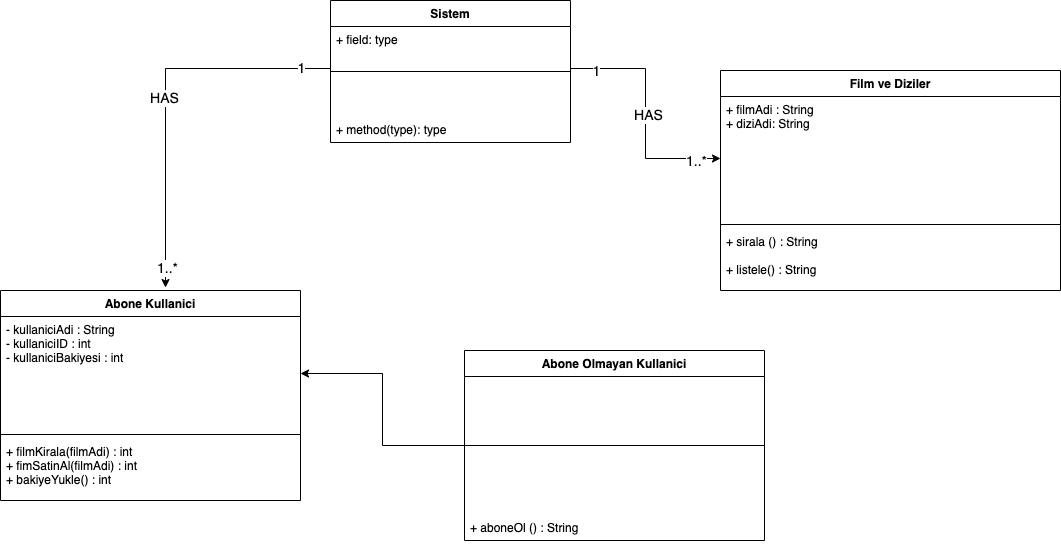
Before: Java101Odevlerim/OnlineFilmSistemi.drawio.png, a diagram exported from draw.io (kogunlu/java101). Source tidied: cells renumbered, new cells last; positions are measured from the earlier drawing's top-left corner, leaving out a move shared by most shapes. The source it was exported from:
```xml
<mxGraphModel>
  <root>
    <mxCell id="0" />
    <mxCell id="1" parent="0" />
    <mxCell id="2" value="Sistem" style="swimlane;fontStyle=1;align=center;verticalAlign=top;horizontal=1;startSize=26;" parent="1" vertex="1">
      <mxGeometry x="330" width="240" height="142" as="geometry" />
    </mxCell>
    <mxCell id="3" style="line;strokeWidth=1;fillColor=none;align=left;verticalAlign=middle;spacingTop=-1;spacingLeft=3;spacingRight=3;labelPosition=right;" parent="2" vertex="1">
      <mxGeometry y="26" width="240" height="90" as="geometry" />
    </mxCell>
    <mxCell id="4" value="+ method(type): type" style="text;strokeColor=none;fillColor=none;align=left;verticalAlign=top;spacingLeft=4;spacingRight=4;overflow=hidden;" parent="2" vertex="1">
      <mxGeometry y="116" width="240" height="26" as="geometry" />
    </mxCell>
    <mxCell id="5" value="Abone Kullanici" style="swimlane;fontStyle=1;align=center;verticalAlign=top;horizontal=1;startSize=26;" parent="1" vertex="1">
      <mxGeometry y="290" width="300" height="210" as="geometry" />
    </mxCell>
    <mxCell id="6" value="- kullaniciAdi : String&#10;- kullaniciID : int&#10;- kullaniciBakiyesi : int&#10;" style="text;strokeColor=none;fillColor=none;align=left;verticalAlign=top;spacingLeft=4;spacingRight=4;overflow=hidden;points=[[0,0.5],[1,0.5]];portConstraint=eastwest;" parent="5" vertex="1">
      <mxGeometry y="26" width="300" height="114" as="geometry" />
    </mxCell>
    <mxCell id="7" style="line;strokeWidth=1;fillColor=none;align=left;verticalAlign=middle;spacingTop=-1;spacingLeft=3;spacingRight=3;labelPosition=right;" parent="5" vertex="1">
      <mxGeometry y="140" width="300" height="8" as="geometry" />
    </mxCell>
    <mxCell id="8" value="+ filmKirala(filmAdi) : int&#10;+ fimSatinAl(filmAdi) : int&#10;+ bakiyeYukle() : int&#10;" style="text;strokeColor=none;fillColor=none;align=left;verticalAlign=top;spacingLeft=4;spacingRight=4;overflow=hidden;" parent="5" vertex="1">
      <mxGeometry y="148" width="300" height="62" as="geometry" />
    </mxCell>
    <mxCell id="9" style="edgeStyle=orthogonalEdgeStyle;rounded=0;jettySize=auto;html=1;fontSize=14;" parent="1" edge="1" source="10" target="6">
      <mxGeometry relative="1" as="geometry" />
    </mxCell>
    <mxCell id="10" value="Abone Olmayan Kullanici" style="swimlane;fontStyle=1;align=center;verticalAlign=top;horizontal=1;startSize=26;" parent="1" vertex="1">
      <mxGeometry x="464" y="350" width="300" height="190" as="geometry" />
    </mxCell>
    <mxCell id="11" style="line;strokeWidth=1;fillColor=none;align=left;verticalAlign=middle;spacingTop=-1;spacingLeft=3;spacingRight=3;labelPosition=right;" parent="10" vertex="1">
      <mxGeometry y="26" width="300" height="138" as="geometry" />
    </mxCell>
    <mxCell id="12" value="+ aboneOl () : String&#10;&#10;" style="text;strokeColor=none;fillColor=none;align=left;verticalAlign=top;spacingLeft=4;spacingRight=4;overflow=hidden;" parent="10" vertex="1">
      <mxGeometry y="164" width="300" height="26" as="geometry" />
    </mxCell>
    <mxCell id="13" value="Film ve Diziler" style="swimlane;fontStyle=1;align=center;verticalAlign=top;horizontal=1;startSize=26;" parent="1" vertex="1">
      <mxGeometry x="720" y="70" width="340" height="220" as="geometry" />
    </mxCell>
    <mxCell id="14" value="+ filmAdi : String&#10;+ diziAdi: String" style="text;strokeColor=none;fillColor=none;align=left;verticalAlign=top;spacingLeft=4;spacingRight=4;overflow=hidden;points=[[0,0.5],[1,0.5]];portConstraint=eastwest;" parent="13" vertex="1">
      <mxGeometry y="26" width="340" height="124" as="geometry" />
    </mxCell>
    <mxCell id="15" style="line;strokeWidth=1;fillColor=none;align=left;verticalAlign=middle;spacingTop=-1;spacingLeft=3;spacingRight=3;labelPosition=right;" parent="13" vertex="1">
      <mxGeometry y="150" width="340" height="8" as="geometry" />
    </mxCell>
    <mxCell id="16" value="+ sirala () : String&#10;&#10;+ listele() : String" style="text;strokeColor=none;fillColor=none;align=left;verticalAlign=top;spacingLeft=4;spacingRight=4;overflow=hidden;" parent="13" vertex="1">
      <mxGeometry y="158" width="340" height="62" as="geometry" />
    </mxCell>
    <mxCell id="17" style="edgeStyle=orthogonalEdgeStyle;rounded=0;jettySize=auto;html=1;entryX=0;entryY=0.5;entryDx=0;entryDy=0;" parent="1" edge="1" source="25" target="14">
      <mxGeometry relative="1" as="geometry" />
    </mxCell>
    <mxCell id="18" value="1" style="edgeLabel;html=1;align=center;verticalAlign=middle;fontSize=14;" parent="17" vertex="1">
      <mxGeometry x="-0.79" y="-2" relative="1" as="geometry" />
    </mxCell>
    <mxCell id="19" value="1..*" style="edgeLabel;html=1;align=center;verticalAlign=middle;fontSize=14;" parent="17" vertex="1">
      <mxGeometry x="0.79" y="-2" relative="1" as="geometry" />
    </mxCell>
    <mxCell id="20" value="HAS" style="edgeLabel;html=1;align=center;verticalAlign=middle;fontSize=14;" parent="17" vertex="1">
      <mxGeometry x="0.01" y="2" relative="1" as="geometry" />
    </mxCell>
    <mxCell id="21" style="edgeStyle=orthogonalEdgeStyle;rounded=0;jettySize=auto;html=1;entryX=0.55;entryY=-0.014;entryDx=0;entryDy=0;entryPerimeter=0;fontSize=14;" parent="1" edge="1" source="25" target="5">
      <mxGeometry relative="1" as="geometry" />
    </mxCell>
    <mxCell id="22" value="1..*" style="edgeLabel;html=1;align=center;verticalAlign=middle;fontSize=14;" parent="21" vertex="1">
      <mxGeometry x="0.9" y="1" relative="1" as="geometry" />
    </mxCell>
    <mxCell id="23" value="1" style="edgeLabel;html=1;align=center;verticalAlign=middle;fontSize=14;" parent="21" vertex="1">
      <mxGeometry x="-0.84" y="-1" relative="1" as="geometry" />
    </mxCell>
    <mxCell id="24" value="HAS" style="edgeLabel;html=1;align=center;verticalAlign=middle;fontSize=14;" parent="21" vertex="1">
      <mxGeometry x="0.01" y="-2" relative="1" as="geometry" />
    </mxCell>
    <mxCell id="25" value="+ field: type" style="text;strokeColor=none;fillColor=none;align=left;verticalAlign=top;spacingLeft=4;spacingRight=4;overflow=hidden;points=[[0,0.5],[1,0.5]];portConstraint=eastwest;" parent="1" vertex="1">
      <mxGeometry x="330" y="26" width="240" height="84" as="geometry" />
    </mxCell>
  </root>
</mxGraphModel>
```
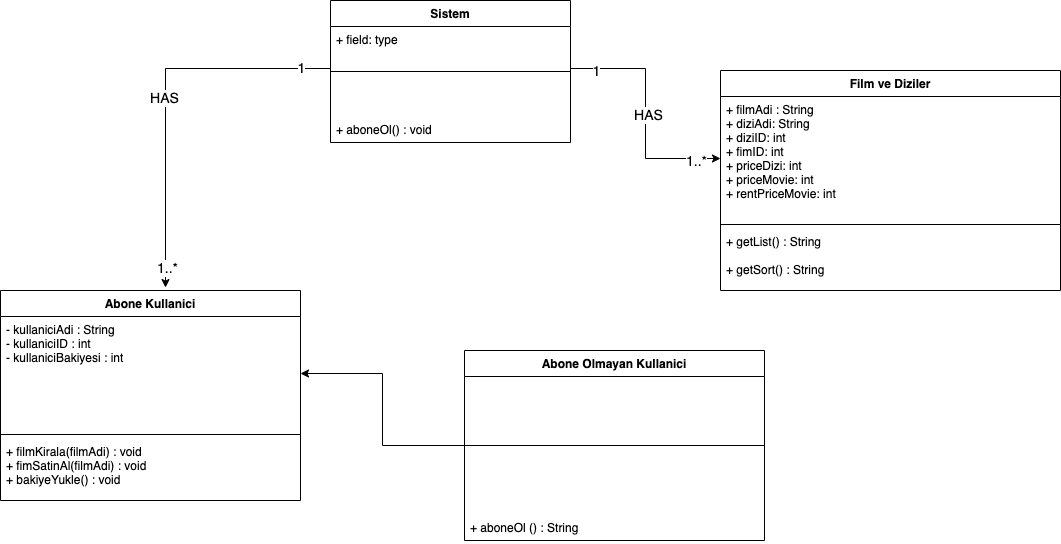
After the commit.

The edit, as a diff of the source:
```diff
@@ -8,7 +8,7 @@
     <mxCell id="3" style="line;strokeWidth=1;fillColor=none;align=left;verticalAlign=middle;spacingTop=-1;spacingLeft=3;spacingRight=3;labelPosition=right;" parent="2" vertex="1">
       <mxGeometry y="26" width="240" height="90" as="geometry" />
     </mxCell>
-    <mxCell id="4" value="+ method(type): type" style="text;strokeColor=none;fillColor=none;align=left;verticalAlign=top;spacingLeft=4;spacingRight=4;overflow=hidden;" parent="2" vertex="1">
+    <mxCell id="4" value="+ aboneOl() : void" style="text;strokeColor=none;fillColor=none;align=left;verticalAlign=top;spacingLeft=4;spacingRight=4;overflow=hidden;" parent="2" vertex="1">
       <mxGeometry y="116" width="240" height="26" as="geometry" />
     </mxCell>
     <mxCell id="5" value="Abone Kullanici" style="swimlane;fontStyle=1;align=center;verticalAlign=top;horizontal=1;startSize=26;" parent="1" vertex="1">
@@ -20,7 +20,7 @@
     <mxCell id="7" style="line;strokeWidth=1;fillColor=none;align=left;verticalAlign=middle;spacingTop=-1;spacingLeft=3;spacingRight=3;labelPosition=right;" parent="5" vertex="1">
       <mxGeometry y="140" width="300" height="8" as="geometry" />
     </mxCell>
-    <mxCell id="8" value="+ filmKirala(filmAdi) : int&#10;+ fimSatinAl(filmAdi) : int&#10;+ bakiyeYukle() : int&#10;" style="text;strokeColor=none;fillColor=none;align=left;verticalAlign=top;spacingLeft=4;spacingRight=4;overflow=hidden;" parent="5" vertex="1">
+    <mxCell id="8" value="+ filmKirala(filmAdi) : void&#10;+ fimSatinAl(filmAdi) : void&#10;+ bakiyeYukle() : void&#10;" style="text;strokeColor=none;fillColor=none;align=left;verticalAlign=top;spacingLeft=4;spacingRight=4;overflow=hidden;" parent="5" vertex="1">
       <mxGeometry y="148" width="300" height="62" as="geometry" />
     </mxCell>
     <mxCell id="9" style="edgeStyle=orthogonalEdgeStyle;rounded=0;jettySize=auto;html=1;fontSize=14;" parent="1" edge="1" source="10" target="6">
@@ -38,13 +38,13 @@
     <mxCell id="13" value="Film ve Diziler" style="swimlane;fontStyle=1;align=center;verticalAlign=top;horizontal=1;startSize=26;" parent="1" vertex="1">
       <mxGeometry x="720" y="70" width="340" height="220" as="geometry" />
     </mxCell>
-    <mxCell id="14" value="+ filmAdi : String&#10;+ diziAdi: String" style="text;strokeColor=none;fillColor=none;align=left;verticalAlign=top;spacingLeft=4;spacingRight=4;overflow=hidden;points=[[0,0.5],[1,0.5]];portConstraint=eastwest;" parent="13" vertex="1">
+    <mxCell id="14" value="+ filmAdi : String&#10;+ diziAdi: String&#10;+ diziID: int&#10;+ fimID: int&#10;+ priceDizi: int&#10;+ priceMovie: int&#10;+ rentPriceMovie: int" style="text;strokeColor=none;fillColor=none;align=left;verticalAlign=top;spacingLeft=4;spacingRight=4;overflow=hidden;points=[[0,0.5],[1,0.5]];portConstraint=eastwest;" parent="13" vertex="1">
       <mxGeometry y="26" width="340" height="124" as="geometry" />
     </mxCell>
     <mxCell id="15" style="line;strokeWidth=1;fillColor=none;align=left;verticalAlign=middle;spacingTop=-1;spacingLeft=3;spacingRight=3;labelPosition=right;" parent="13" vertex="1">
       <mxGeometry y="150" width="340" height="8" as="geometry" />
     </mxCell>
-    <mxCell id="16" value="+ sirala () : String&#10;&#10;+ listele() : String" style="text;strokeColor=none;fillColor=none;align=left;verticalAlign=top;spacingLeft=4;spacingRight=4;overflow=hidden;" parent="13" vertex="1">
+    <mxCell id="16" value="+ getList() : String&#10;&#10;+ getSort() : String" style="text;strokeColor=none;fillColor=none;align=left;verticalAlign=top;spacingLeft=4;spacingRight=4;overflow=hidden;" parent="13" vertex="1">
       <mxGeometry y="158" width="340" height="62" as="geometry" />
     </mxCell>
     <mxCell id="17" style="edgeStyle=orthogonalEdgeStyle;rounded=0;jettySize=auto;html=1;entryX=0;entryY=0.5;entryDx=0;entryDy=0;" parent="1" edge="1" source="25" target="14">
```
